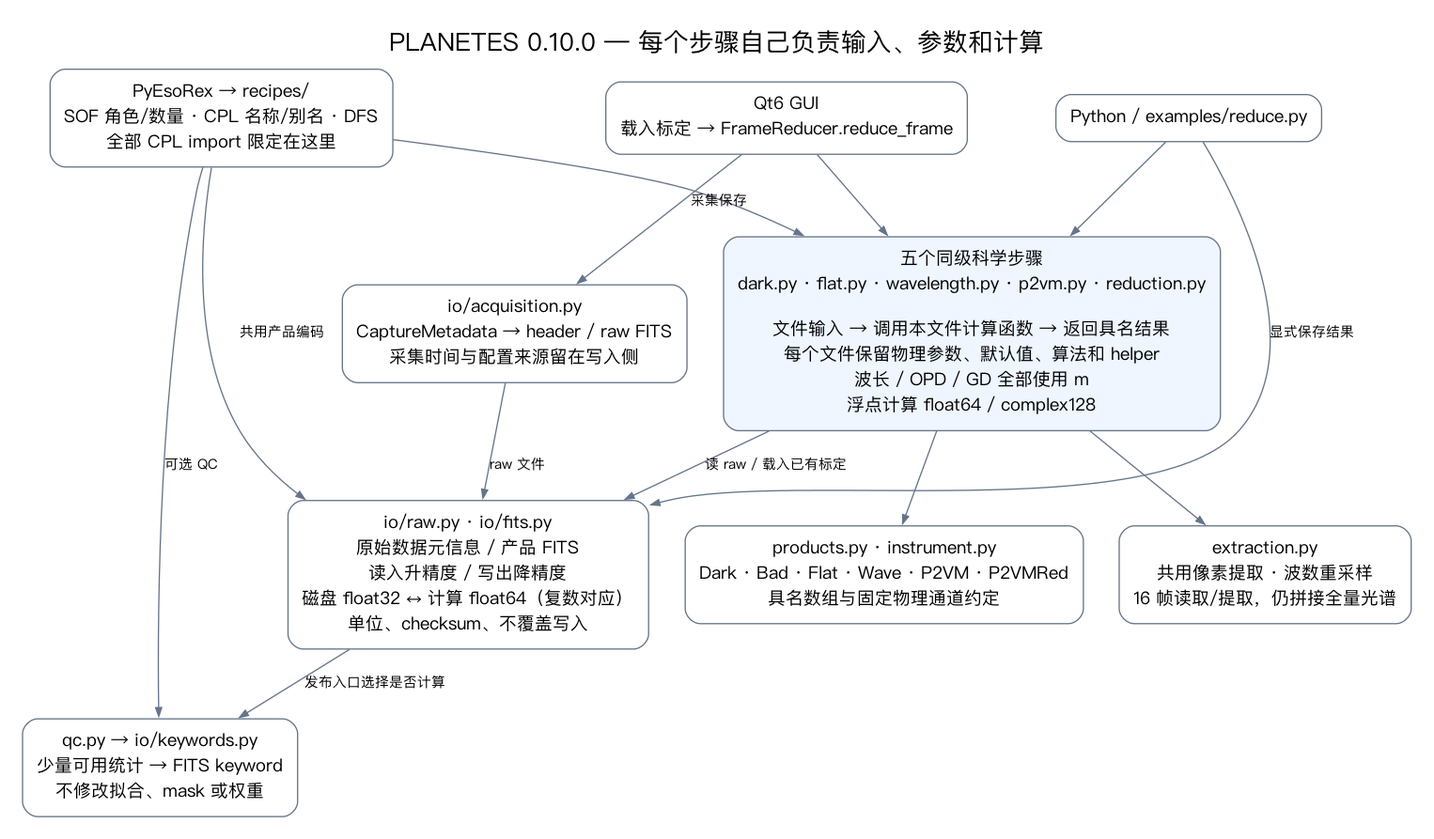
Before: docs/architecture.png, a diagram exported from Graphviz (zexwu/planetes_pipe). Its source is kept beside it as docs/architecture.dot.
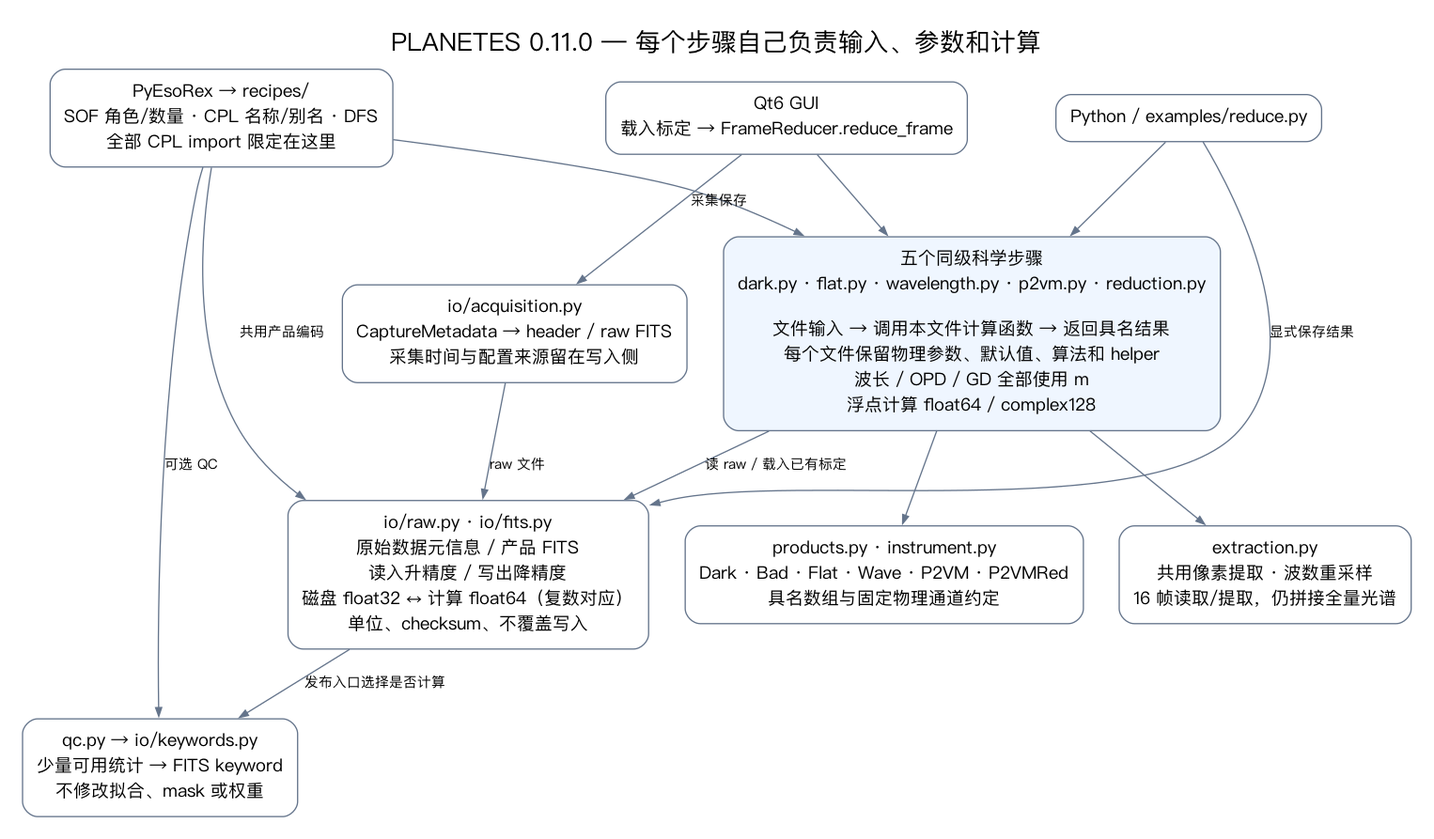
Later version of the same file.

Change to the diagram source:
```diff
@@ -1,5 +1,5 @@
 digraph Architecture {
-  graph [rankdir=TB, bgcolor="white", pad=0.25, nodesep=0.4, ranksep=0.55, fontname="PingFang SC", fontsize=20, label="PLANETES 0.10.0 — 每个步骤自己负责输入、参数和计算", labelloc=t];
+  graph [rankdir=TB, bgcolor="white", pad=0.25, nodesep=0.4, ranksep=0.55, fontname="PingFang SC", fontsize=20, label="PLANETES 0.11.0 — 每个步骤自己负责输入、参数和计算", labelloc=t];
   node [shape=box, style="rounded", fontname="PingFang SC", fontsize=14, color="#64748b", margin="0.16,0.12"];
   edge [fontname="PingFang SC", fontsize=11, color="#64748b", arrowsize=0.7];
   python [label="Python / examples/reduce.py"];
```
